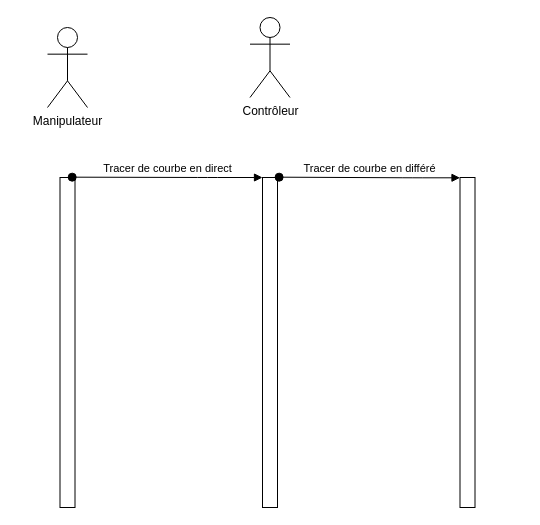
This is Analyse/Thomas/diagrammeDeSequenceThomas.drawio from MRCThomas/testDeVerinSurBancHydraulique, a draw.io file, before an edit. Source tidied: cells renumbered, new cells numbered last; positions are measured from the earlier drawing's top-left corner, leaving out a move shared by most shapes. Both pictures are drawn from the tidied source at 100%, with x=0, y=0 at pixel (47, 17).
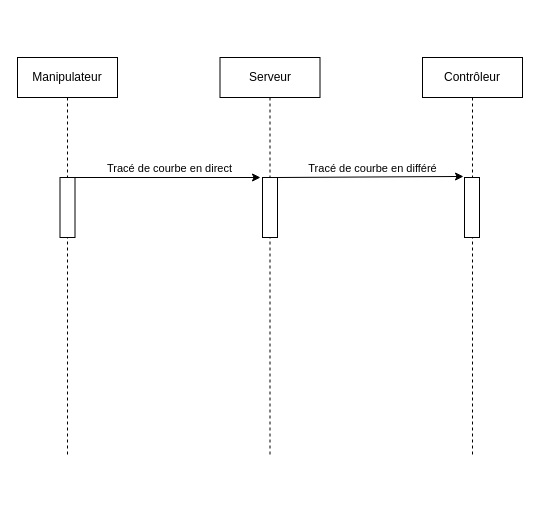
After the change.

Commit message (it also covers changes not shown here):
✅ commit diagramme Sequence et Classe

The edit, as a diff of the source:
```diff
@@
 <mxGraphModel>
   <root>
     <mxCell id="0" />
     <mxCell id="1" parent="0" />
-    <mxCell id="2" value="Manipulateur" style="shape=umlActor;verticalLabelPosition=bottom;verticalAlign=top;html=1;" parent="1" vertex="1">
-      <mxGeometry y="10" width="40" height="80" as="geometry" />
+    <mxCell id="2" value="Manipulateur" style="shape=umlLifeline;perimeter=lifelinePerimeter;whiteSpace=wrap;html=1;" parent="1" vertex="1">
+      <mxGeometry x="-30" y="40" width="100" height="400" as="geometry" />
     </mxCell>
+    <mxCell id="9" value="Serveur" style="shape=umlLifeline;perimeter=lifelinePerimeter;whiteSpace=wrap;html=1;" parent="1" vertex="1">
+      <mxGeometry x="172.5" y="40" width="100" height="400" as="geometry" />
+    </mxCell>
+    <mxCell id="5" style="edgeStyle=none;html=1;entryX=-0.133;entryY=0;entryDx=0;entryDy=0;entryPerimeter=0;" parent="1" edge="1" source="3" target="4">
+      <mxGeometry relative="1" as="geometry" />
+    </mxCell>
+    <mxCell id="10" value="Tracé de courbe en direct" style="edgeLabel;html=1;align=center;verticalAlign=middle;" parent="5" vertex="1">
+      <mxGeometry x="0.27" relative="1" as="geometry">
+        <mxPoint x="-24" y="-10" as="offset" />
+      </mxGeometry>
+    </mxCell>
     <mxCell id="3" style="html=1;points=[];perimeter=orthogonalPerimeter;" parent="1" vertex="1">
-      <mxGeometry x="12.5" y="160" width="15" height="330" as="geometry" />
+      <mxGeometry x="12.5" y="160" width="15" height="60" as="geometry" />
     </mxCell>
+    <mxCell id="11" style="edgeStyle=none;html=1;entryX=-0.067;entryY=-0.017;entryDx=0;entryDy=0;entryPerimeter=0;" parent="1" edge="1" source="4" target="13">
+      <mxGeometry relative="1" as="geometry" />
+    </mxCell>
+    <mxCell id="12" value="Tracé de courbe en différé" style="edgeLabel;html=1;align=center;verticalAlign=middle;" parent="11" vertex="1">
+      <mxGeometry x="0.01" y="-1" relative="1" as="geometry">
+        <mxPoint y="-10" as="offset" />
+      </mxGeometry>
+    </mxCell>
     <mxCell id="4" style="html=1;points=[];perimeter=orthogonalPerimeter;" parent="1" vertex="1">
-      <mxGeometry x="215" y="160" width="15" height="330" as="geometry" />
+      <mxGeometry x="215" y="160" width="15" height="60" as="geometry" />
     </mxCell>
-    <mxCell id="5" value="Tracer de courbe en direct" style="html=1;verticalAlign=bottom;startArrow=oval;endArrow=block;startSize=8;exitX=0.813;exitY=-0.001;exitDx=0;exitDy=0;exitPerimeter=0;" parent="1" edge="1" source="3" target="4">
-      <mxGeometry relative="1" as="geometry">
-        <Array as="points">
-          <mxPoint x="160" y="160" />
-        </Array>
-      </mxGeometry>
-    </mxCell>
-    <mxCell id="6" value="Contrôleur" style="shape=umlActor;verticalLabelPosition=bottom;verticalAlign=top;html=1;" parent="1" vertex="1">
-      <mxGeometry x="202.5" width="40" height="80" as="geometry" />
+    <mxCell id="6" value="Contrôleur" style="shape=umlLifeline;perimeter=lifelinePerimeter;whiteSpace=wrap;html=1;" parent="1" vertex="1">
+      <mxGeometry x="375" y="40" width="100" height="400" as="geometry" />
     </mxCell>
-    <mxCell id="7" style="html=1;points=[];perimeter=orthogonalPerimeter;" parent="1" vertex="1">
-      <mxGeometry x="412.5" y="160" width="15" height="330" as="geometry" />
-    </mxCell>
-    <mxCell id="8" value="Tracer de courbe en différé" style="html=1;verticalAlign=bottom;startArrow=oval;endArrow=block;startSize=8;exitX=1.108;exitY=-0.001;exitDx=0;exitDy=0;exitPerimeter=0;" parent="1" edge="1" source="4" target="7">
-      <mxGeometry relative="1" as="geometry">
-        <Array as="points">
-          <mxPoint x="365.3" y="160.3" />
-        </Array>
-      </mxGeometry>
-    </mxCell>
+    <mxCell id="13" style="html=1;points=[];perimeter=orthogonalPerimeter;" parent="6" vertex="1">
+      <mxGeometry x="42" y="120" width="15" height="60" as="geometry" />
+    </mxCell>
   </root>
 </mxGraphModel>
```
